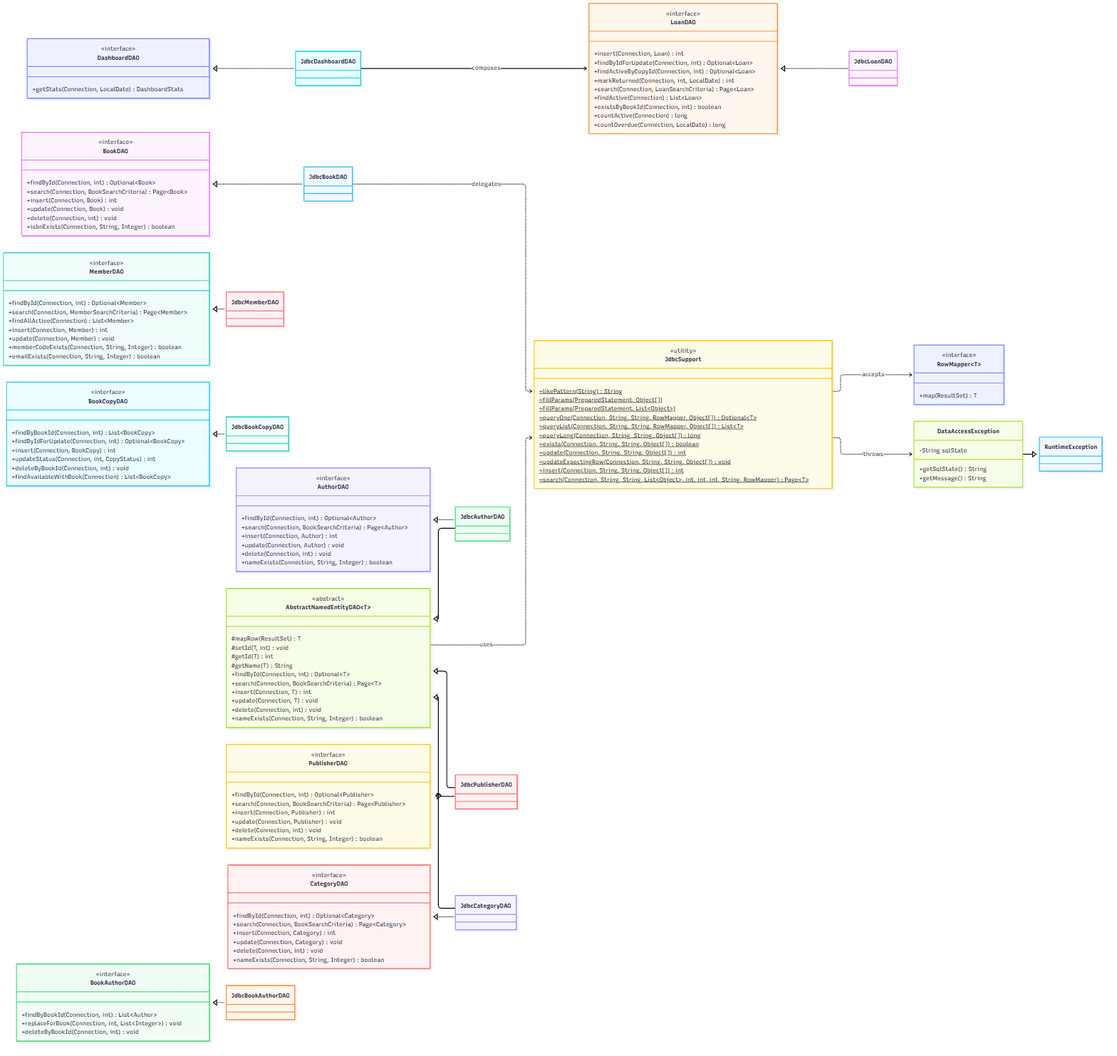
The Mermaid diagram docs/diagrams/figure-2b-dao-layer.png in ThanhTu-Micop/Library-Management-System, before a commit. Its source is kept beside it as docs/diagrams/figure-2b-dao-layer.mmd. Source of this version:
```mermaid
classDiagram
    direction LR

    class BookDAO {
        <<interface>>
        +findById(Connection, int) Optional~Book~
        +search(Connection, BookSearchCriteria) Page~Book~
        +insert(Connection, Book) int
        +update(Connection, Book) void
        +delete(Connection, int) void
        +isbnExists(Connection, String, Integer) boolean
    }

    class MemberDAO {
        <<interface>>
        +findById(Connection, int) Optional~Member~
        +search(Connection, MemberSearchCriteria) Page~Member~
        +findAllActive(Connection) List~Member~
        +insert(Connection, Member) int
        +update(Connection, Member) void
        +memberCodeExists(Connection, String, Integer) boolean
        +emailExists(Connection, String, Integer) boolean
    }

    class LoanDAO {
        <<interface>>
        +insert(Connection, Loan) int
        +findByIdForUpdate(Connection, int) Optional~Loan~
        +findActiveByCopyId(Connection, int) Optional~Loan~
        +markReturned(Connection, int, LocalDate) int
        +search(Connection, LoanSearchCriteria) Page~Loan~
        +findActive(Connection) List~Loan~
        +existsByBookId(Connection, int) boolean
        +countActive(Connection) long
        +countOverdue(Connection, LocalDate) long
    }

    class BookCopyDAO {
        <<interface>>
        +findByBookId(Connection, int) List~BookCopy~
        +findByIdForUpdate(Connection, int) Optional~BookCopy~
        +insert(Connection, BookCopy) int
        +updateStatus(Connection, int, CopyStatus) int
        +deleteByBookId(Connection, int) void
        +findAvailableWithBook(Connection) List~BookCopy~
    }

    class BookAuthorDAO {
        <<interface>>
        +findByBookId(Connection, int) List~Author~
        +replaceForBook(Connection, int, List~Integer~) void
        +deleteByBookId(Connection, int) void
    }

    class AuthorDAO {
        <<interface>>
        +findById(Connection, int) Optional~Author~
        +search(Connection, BookSearchCriteria) Page~Author~
        +insert(Connection, Author) int
        +update(Connection, Author) void
        +delete(Connection, int) void
        +nameExists(Connection, String, Integer) boolean
    }
    class CategoryDAO {
        <<interface>>
        +findById(Connection, int) Optional~Category~
        +search(Connection, BookSearchCriteria) Page~Category~
        +insert(Connection, Category) int
        +update(Connection, Category) void
        +delete(Connection, int) void
        +nameExists(Connection, String, Integer) boolean
    }
    class PublisherDAO {
        <<interface>>
        +findById(Connection, int) Optional~Publisher~
        +search(Connection, BookSearchCriteria) Page~Publisher~
        +insert(Connection, Publisher) int
        +update(Connection, Publisher) void
        +delete(Connection, int) void
        +nameExists(Connection, String, Integer) boolean
    }
    class DashboardDAO {
        <<interface>>
        +getStats(Connection, LocalDate) DashboardStats
    }

    class AbstractNamedEntityDAO~T~ {
        <<abstract>>
        #mapRow(ResultSet) T
        #setId(T, int) void
        #getId(T) int
        #getName(T) String
        +findById(Connection, int) Optional~T~
        +search(Connection, BookSearchCriteria) Page~T~
        +insert(Connection, T) int
        +update(Connection, T) void
        +delete(Connection, int) void
        +nameExists(Connection, String, Integer) boolean
    }

    class JdbcBookDAO
    class JdbcMemberDAO
    class JdbcLoanDAO
    class JdbcBookCopyDAO
    class JdbcBookAuthorDAO
    class JdbcDashboardDAO
    class JdbcAuthorDAO
    class JdbcCategoryDAO
    class JdbcPublisherDAO

    class JdbcSupport {
        <<utility>>
        ~likePattern(String)$ String
        ~fillParams(PreparedStatement, Object[])$
        ~fillParams(PreparedStatement, List~Object~)$
        ~queryOne(Connection, String, String, RowMapper, Object[])$ Optional~T~
        ~queryList(Connection, String, String, RowMapper, Object[])$ List~T~
        ~queryLong(Connection, String, String, Object[])$ long
        ~exists(Connection, String, String, Object[])$ boolean
        ~update(Connection, String, String, Object[])$ int
        ~updateExpectingRow(Connection, String, String, Object[])$ void
        ~insert(Connection, String, String, Object[])$ int
        ~search(Connection, String, String, List~Object~, int, int, int, String, RowMapper)$ Page~T~
    }

    class RowMapper~T~ {
        <<interface>>
        +map(ResultSet) T
    }

    class DataAccessException {
        -String sqlState
        +getSqlState() String
        +getMessage() String
    }

    BookDAO <|.. JdbcBookDAO
    MemberDAO <|.. JdbcMemberDAO
    LoanDAO <|.. JdbcLoanDAO
    BookCopyDAO <|.. JdbcBookCopyDAO
    BookAuthorDAO <|.. JdbcBookAuthorDAO
    DashboardDAO <|.. JdbcDashboardDAO
    AuthorDAO <|.. JdbcAuthorDAO
    CategoryDAO <|.. JdbcCategoryDAO
    PublisherDAO <|.. JdbcPublisherDAO

    AbstractNamedEntityDAO~T~ <|-- JdbcAuthorDAO
    AbstractNamedEntityDAO~T~ <|-- JdbcCategoryDAO
    AbstractNamedEntityDAO~T~ <|-- JdbcPublisherDAO

    JdbcBookDAO ..> JdbcSupport : delegates
    AbstractNamedEntityDAO~T~ ..> JdbcSupport : uses

    JdbcDashboardDAO --> LoanDAO : composes
    JdbcSupport ..> RowMapper~T~ : accepts
    JdbcSupport ..> DataAccessException : throws
    DataAccessException --|> RuntimeException
```
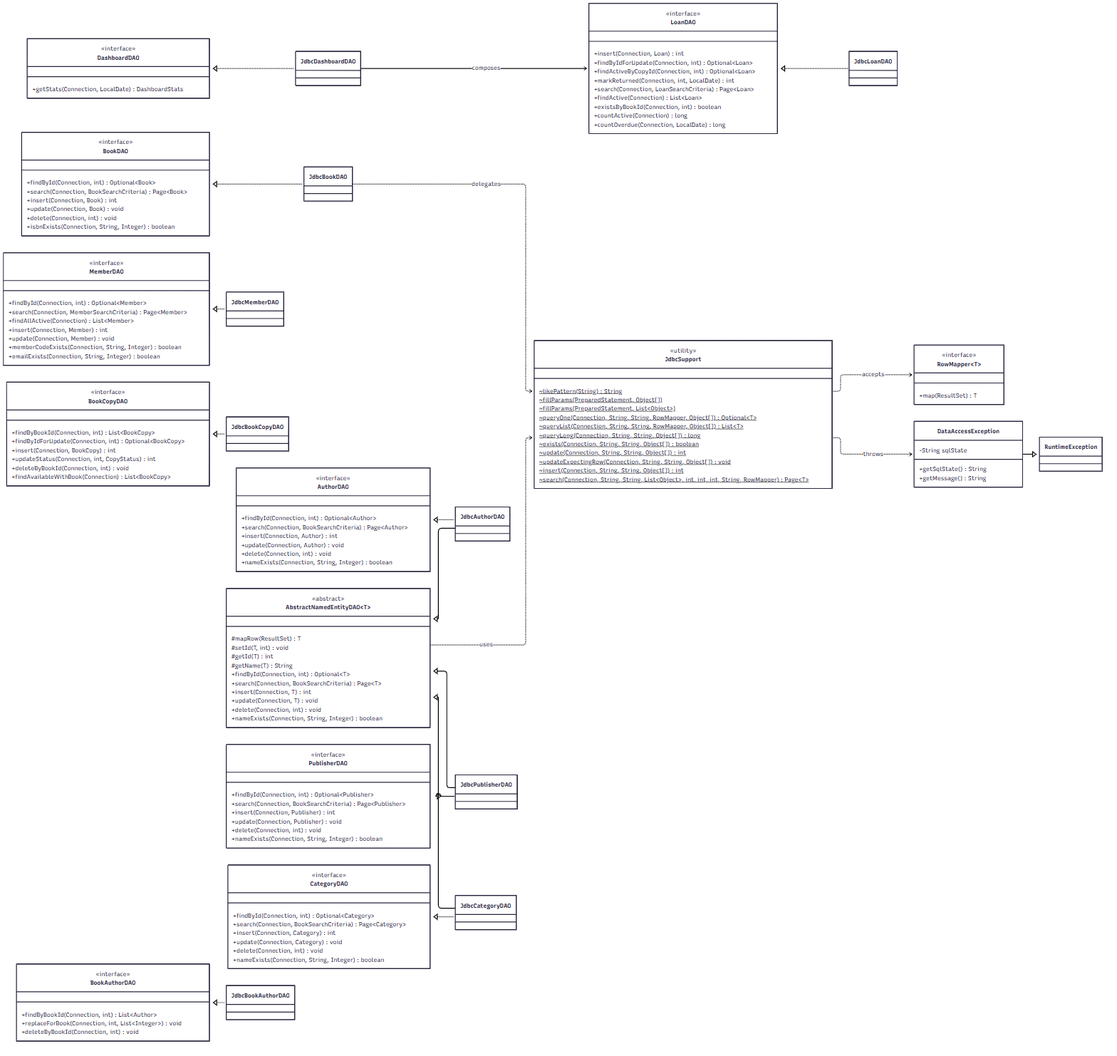
After the change.

Commit message:
docs: add clickable SVG class diagrams

What changed in the source:
```diff
@@ -155,3 +155,27 @@
     JdbcSupport ..> RowMapper~T~ : accepts
     JdbcSupport ..> DataAccessException : throws
     DataAccessException --|> RuntimeException
+
+    click BookDAO href "https://github.com/ThanhTu-Micop/Library-Management-System/blob/main/src/main/java/com/library/dao/BookDAO.java" "Open BookDAO.java"
+    click MemberDAO href "https://github.com/ThanhTu-Micop/Library-Management-System/blob/main/src/main/java/com/library/dao/MemberDAO.java" "Open MemberDAO.java"
+    click LoanDAO href "https://github.com/ThanhTu-Micop/Library-Management-System/blob/main/src/main/java/com/library/dao/LoanDAO.java" "Open LoanDAO.java"
+    click BookCopyDAO href "https://github.com/ThanhTu-Micop/Library-Management-System/blob/main/src/main/java/com/library/dao/BookCopyDAO.java" "Open BookCopyDAO.java"
+    click BookAuthorDAO href "https://github.com/ThanhTu-Micop/Library-Management-System/blob/main/src/main/java/com/library/dao/BookAuthorDAO.java" "Open BookAuthorDAO.java"
+    click AuthorDAO href "https://github.com/ThanhTu-Micop/Library-Management-System/blob/main/src/main/java/com/library/dao/AuthorDAO.java" "Open AuthorDAO.java"
+    click CategoryDAO href "https://github.com/ThanhTu-Micop/Library-Management-System/blob/main/src/main/java/com/library/dao/CategoryDAO.java" "Open CategoryDAO.java"
+    click PublisherDAO href "https://github.com/ThanhTu-Micop/Library-Management-System/blob/main/src/main/java/com/library/dao/PublisherDAO.java" "Open PublisherDAO.java"
+    click DashboardDAO href "https://github.com/ThanhTu-Micop/Library-Management-System/blob/main/src/main/java/com/library/dao/DashboardDAO.java" "Open DashboardDAO.java"
+    click AbstractNamedEntityDAO href "https://github.com/ThanhTu-Micop/Library-Management-System/blob/main/src/main/java/com/library/dao/jdbc/AbstractNamedEntityDAO.java" "Open AbstractNamedEntityDAO.java"
+    click JdbcBookDAO href "https://github.com/ThanhTu-Micop/Library-Management-System/blob/main/src/main/java/com/library/dao/jdbc/JdbcBookDAO.java" "Open JdbcBookDAO.java"
+    click JdbcMemberDAO href "https://github.com/ThanhTu-Micop/Library-Management-System/blob/main/src/main/java/com/library/dao/jdbc/JdbcMemberDAO.java" "Open JdbcMemberDAO.java"
+    click JdbcLoanDAO href "https://github.com/ThanhTu-Micop/Library-Management-System/blob/main/src/main/java/com/library/dao/jdbc/JdbcLoanDAO.java" "Open JdbcLoanDAO.java"
+    click JdbcBookCopyDAO href "https://github.com/ThanhTu-Micop/Library-Management-System/blob/main/src/main/java/com/library/dao/jdbc/JdbcBookCopyDAO.java" "Open JdbcBookCopyDAO.java"
+    click JdbcBookAuthorDAO href "https://github.com/ThanhTu-Micop/Library-Management-System/blob/main/src/main/java/com/library/dao/jdbc/JdbcBookAuthorDAO.java" "Open JdbcBookAuthorDAO.java"
+    click JdbcDashboardDAO href "https://github.com/ThanhTu-Micop/Library-Management-System/blob/main/src/main/java/com/library/dao/jdbc/JdbcDashboardDAO.java" "Open JdbcDashboardDAO.java"
+    click JdbcAuthorDAO href "https://github.com/ThanhTu-Micop/Library-Management-System/blob/main/src/main/java/com/library/dao/jdbc/JdbcAuthorDAO.java" "Open JdbcAuthorDAO.java"
+    click JdbcCategoryDAO href "https://github.com/ThanhTu-Micop/Library-Management-System/blob/main/src/main/java/com/library/dao/jdbc/JdbcCategoryDAO.java" "Open JdbcCategoryDAO.java"
+    click JdbcPublisherDAO href "https://github.com/ThanhTu-Micop/Library-Management-System/blob/main/src/main/java/com/library/dao/jdbc/JdbcPublisherDAO.java" "Open JdbcPublisherDAO.java"
+    click JdbcSupport href "https://github.com/ThanhTu-Micop/Library-Management-System/blob/main/src/main/java/com/library/dao/jdbc/JdbcSupport.java" "Open JdbcSupport.java"
+    click RowMapper href "https://github.com/ThanhTu-Micop/Library-Management-System/blob/main/src/main/java/com/library/dao/jdbc/JdbcSupport.java" "Open JdbcSupport.java (nested RowMapper)"
+    click DataAccessException href "https://github.com/ThanhTu-Micop/Library-Management-System/blob/main/src/main/java/com/library/exception/DataAccessException.java" "Open DataAccessException.java"
+    click RuntimeException href "https://docs.oracle.com/en/java/javase/17/docs/api/java.base/java/lang/RuntimeException.html" "Open Java 17 API"
```
